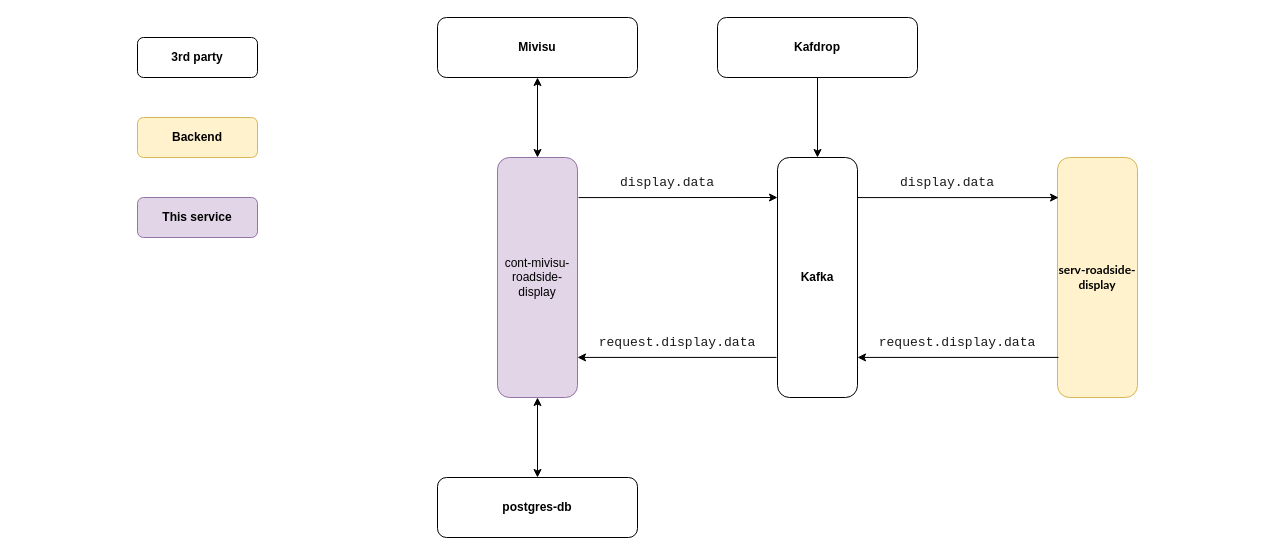
Above: Untitled Diagram.drawio in theshysadec98/diagram_weather (draw.io), before the change. Source tidied: cells renumbered, new cells numbered last; positions are measured from the earlier drawing's top-left corner, leaving out a move shared by most shapes. Both pictures are drawn from the tidied source at 100%, with x=0, y=0 at pixel (137, 17).
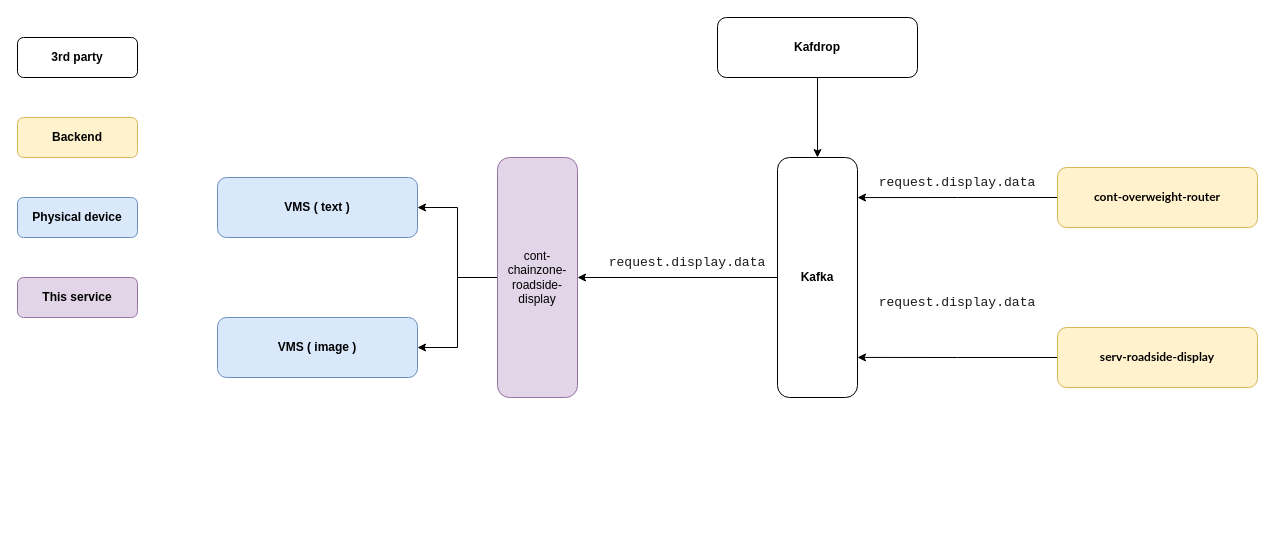
Above is the later version.

The change refers to these unchanged cells:
```xml
<mxCell id="5" value="&lt;b&gt;Kafka&lt;/b&gt;" style="rounded=1;whiteSpace=wrap;html=1;" parent="1" vertex="1">
  <mxGeometry x="640" y="140" width="80" height="240" as="geometry" />
</mxCell>
```

Diff of the diagram source:
```diff
@@
     <mxCell id="2" value="&lt;b&gt;Backend&lt;/b&gt;" style="rounded=1;whiteSpace=wrap;html=1;fillColor=#fff2cc;strokeColor=#d6b656;" parent="1" vertex="1">
-      <mxGeometry y="100" width="120" height="40" as="geometry" />
+      <mxGeometry x="-120" y="100" width="120" height="40" as="geometry" />
     </mxCell>
     <mxCell id="3" value="&lt;b&gt;This service&lt;/b&gt;" style="rounded=1;whiteSpace=wrap;html=1;fillColor=#e1d5e7;strokeColor=#9673a6;" parent="1" vertex="1">
-      <mxGeometry y="180" width="120" height="40" as="geometry" />
+      <mxGeometry x="-120" y="260" width="120" height="40" as="geometry" />
     </mxCell>
@@
+    <mxCell id="14" style="edgeStyle=orthogonalEdgeStyle;rounded=0;jettySize=auto;html=1;entryX=1;entryY=0.5;entryDx=0;entryDy=0;" parent="1" edge="1" source="5" target="9">
+      <mxGeometry relative="1" as="geometry" />
+    </mxCell>
@@
-    <mxCell id="7" value="&lt;pre&gt;&lt;font face=&quot;jetbrains mono, monospace&quot; color=&quot;#1a1a1a&quot;&gt;&lt;span style=&quot;font-size: 13.0667px ; background-color: rgb(255 , 255 , 255)&quot;&gt;display.data&lt;/span&gt;&lt;/font&gt;&lt;/pre&gt;" style="text;html=1;strokeColor=none;fillColor=none;align=center;verticalAlign=middle;whiteSpace=wrap;rounded=0;" parent="1" vertex="1">
-      <mxGeometry x="440" y="150" width="180" height="30" as="geometry" />
-    </mxCell>
     <mxCell id="8" value="&lt;b&gt;3rd party&lt;/b&gt;" style="rounded=1;whiteSpace=wrap;html=1;" parent="1" vertex="1">
-      <mxGeometry y="20" width="120" height="40" as="geometry" />
+      <mxGeometry x="-120" y="20" width="120" height="40" as="geometry" />
     </mxCell>
+    <mxCell id="20" style="edgeStyle=orthogonalEdgeStyle;rounded=0;jettySize=auto;html=1;entryX=1;entryY=0.5;entryDx=0;entryDy=0;" parent="1" edge="1" source="9" target="12">
+      <mxGeometry relative="1" as="geometry" />
+    </mxCell>
+    <mxCell id="22" style="edgeStyle=orthogonalEdgeStyle;rounded=0;jettySize=auto;html=1;entryX=1;entryY=0.5;entryDx=0;entryDy=0;" parent="1" edge="1" source="9" target="26">
+      <mxGeometry relative="1" as="geometry" />
+    </mxCell>
-    <mxCell id="9" value="cont-mivisu-roadside-display" style="rounded=1;whiteSpace=wrap;html=1;fillColor=#e1d5e7;strokeColor=#9673a6;" parent="1" vertex="1">
+    <mxCell id="9" value="cont-chainzone-roadside-display" style="rounded=1;whiteSpace=wrap;html=1;fillColor=#e1d5e7;strokeColor=#9673a6;" parent="1" vertex="1">
       <mxGeometry x="360" y="140" width="80" height="240" as="geometry" />
     </mxCell>
     <mxCell id="10" value="&lt;pre&gt;&lt;font face=&quot;jetbrains mono, monospace&quot; color=&quot;#1a1a1a&quot;&gt;&lt;span style=&quot;font-size: 13.0667px ; background-color: rgb(255 , 255 , 255)&quot;&gt;request.display.data&lt;/span&gt;&lt;/font&gt;&lt;font color=&quot;#bbbbbb&quot; face=&quot;jetbrains mono, monospace&quot; style=&quot;background-color: rgb(40 , 44 , 52)&quot;&gt;&lt;span style=&quot;font-size: 9.8pt&quot;&gt;&lt;br&gt;&lt;/span&gt;&lt;/font&gt;&lt;/pre&gt;" style="text;html=1;strokeColor=none;fillColor=none;align=center;verticalAlign=middle;whiteSpace=wrap;rounded=0;" parent="1" vertex="1">
-      <mxGeometry x="450" y="310" width="180" height="30" as="geometry" />
+      <mxGeometry x="460" y="230" width="180" height="30" as="geometry" />
     </mxCell>
+    <mxCell id="16" style="edgeStyle=orthogonalEdgeStyle;rounded=0;jettySize=auto;html=1;entryX=1;entryY=0.833;entryDx=0;entryDy=0;entryPerimeter=0;" parent="1" edge="1" source="11" target="5">
+      <mxGeometry relative="1" as="geometry" />
+    </mxCell>
     <mxCell id="11" value="&lt;span style=&quot;font-family: &amp;#34;lato&amp;#34; , &amp;#34;arial&amp;#34;&quot;&gt;&lt;b&gt;&lt;font style=&quot;font-size: 12px&quot;&gt;serv-roadside-display&lt;/font&gt;&lt;/b&gt;&lt;/span&gt;" style="rounded=1;whiteSpace=wrap;html=1;fillColor=#fff2cc;strokeColor=#d6b656;" parent="1" vertex="1">
-      <mxGeometry x="920" y="140" width="80" height="240" as="geometry" />
+      <mxGeometry x="920" y="310" width="200" height="60" as="geometry" />
     </mxCell>
-    <mxCell id="12" value="&lt;b&gt;Mivisu&lt;/b&gt;" style="rounded=1;whiteSpace=wrap;html=1;" parent="1" vertex="1">
-      <mxGeometry x="300" width="200" height="60" as="geometry" />
+    <mxCell id="12" value="&lt;b&gt;VMS ( text )&lt;/b&gt;" style="rounded=1;whiteSpace=wrap;html=1;fillColor=#dae8fc;strokeColor=#6c8ebf;" parent="1" vertex="1">
+      <mxGeometry x="80" y="160" width="200" height="60" as="geometry" />
     </mxCell>
-    <mxCell id="13" style="endArrow=classic;html=1;rounded=0;exitX=1.013;exitY=0.167;exitDx=0;exitDy=0;exitPerimeter=0;" parent="1" edge="1" source="9">
-      <mxGeometry relative="1" as="geometry">
-        <mxPoint x="640" y="180" as="targetPoint" />
-      </mxGeometry>
-    </mxCell>
-    <mxCell id="14" style="endArrow=classic;html=1;rounded=0;exitX=-0.012;exitY=0.833;exitDx=0;exitDy=0;exitPerimeter=0;entryX=1;entryY=0.833;entryDx=0;entryDy=0;entryPerimeter=0;" parent="1" edge="1" source="5" target="9">
-      <mxGeometry relative="1" as="geometry" />
-    </mxCell>
-    <mxCell id="15" style="endArrow=classic;html=1;rounded=0;entryX=0.013;entryY=0.167;entryDx=0;entryDy=0;exitX=1;exitY=0.167;exitDx=0;exitDy=0;exitPerimeter=0;entryPerimeter=0;" parent="1" edge="1" source="5" target="11">
-      <mxGeometry relative="1" as="geometry" />
-    </mxCell>
-    <mxCell id="16" style="endArrow=classic;html=1;rounded=0;exitX=0.013;exitY=0.833;exitDx=0;exitDy=0;exitPerimeter=0;entryX=1;entryY=0.833;entryDx=0;entryDy=0;entryPerimeter=0;" parent="1" edge="1" source="11" target="5">
-      <mxGeometry relative="1" as="geometry" />
-    </mxCell>
     <mxCell id="17" value="&lt;pre&gt;&lt;font face=&quot;jetbrains mono, monospace&quot; color=&quot;#1a1a1a&quot;&gt;&lt;span style=&quot;font-size: 13.0667px ; background-color: rgb(255 , 255 , 255)&quot;&gt;request.display.data&lt;/span&gt;&lt;/font&gt;&lt;font color=&quot;#bbbbbb&quot; face=&quot;jetbrains mono, monospace&quot; style=&quot;background-color: rgb(40 , 44 , 52)&quot;&gt;&lt;span style=&quot;font-size: 9.8pt&quot;&gt;&lt;br&gt;&lt;/span&gt;&lt;/font&gt;&lt;/pre&gt;" style="text;html=1;strokeColor=none;fillColor=none;align=center;verticalAlign=middle;whiteSpace=wrap;rounded=0;" parent="1" vertex="1">
-      <mxGeometry x="730" y="310" width="180" height="30" as="geometry" />
+      <mxGeometry x="730" y="150" width="180" height="30" as="geometry" />
     </mxCell>
-    <mxCell id="18" value="&lt;pre&gt;&lt;font face=&quot;jetbrains mono, monospace&quot; color=&quot;#1a1a1a&quot;&gt;&lt;span style=&quot;font-size: 13.0667px ; background-color: rgb(255 , 255 , 255)&quot;&gt;display.data&lt;/span&gt;&lt;/font&gt;&lt;/pre&gt;" style="text;html=1;strokeColor=none;fillColor=none;align=center;verticalAlign=middle;whiteSpace=wrap;rounded=0;" parent="1" vertex="1">
-      <mxGeometry x="720" y="150" width="180" height="30" as="geometry" />
-    </mxCell>
-    <mxCell id="19" value="&lt;b&gt;postgres-db&lt;/b&gt;" style="rounded=1;whiteSpace=wrap;html=1;" parent="1" vertex="1">
-      <mxGeometry x="300" y="460" width="200" height="60" as="geometry" />
-    </mxCell>
-    <mxCell id="20" style="endArrow=classic;startArrow=classic;html=1;rounded=0;entryX=0.5;entryY=1;entryDx=0;entryDy=0;exitX=0.5;exitY=0;exitDx=0;exitDy=0;" parent="1" edge="1" source="9" target="12">
-      <mxGeometry relative="1" as="geometry" />
-    </mxCell>
-    <mxCell id="21" style="endArrow=classic;startArrow=classic;html=1;rounded=0;entryX=0.5;entryY=0;entryDx=0;entryDy=0;exitX=0.5;exitY=1;exitDx=0;exitDy=0;" parent="1" edge="1" source="9" target="19">
-      <mxGeometry relative="1" as="geometry" />
-    </mxCell>
+    <mxCell id="23" style="edgeStyle=orthogonalEdgeStyle;rounded=0;jettySize=auto;html=1;entryX=1;entryY=0.167;entryDx=0;entryDy=0;entryPerimeter=0;" parent="1" edge="1" source="24" target="5">
+      <mxGeometry relative="1" as="geometry" />
+    </mxCell>
+    <mxCell id="24" value="&lt;span style=&quot;font-family: &amp;#34;lato&amp;#34; , &amp;#34;arial&amp;#34;&quot;&gt;&lt;b&gt;&lt;font style=&quot;font-size: 12px&quot;&gt;cont-overweight-router&lt;/font&gt;&lt;/b&gt;&lt;/span&gt;" style="rounded=1;whiteSpace=wrap;html=1;fillColor=#fff2cc;strokeColor=#d6b656;" parent="1" vertex="1">
+      <mxGeometry x="920" y="150" width="200" height="60" as="geometry" />
+    </mxCell>
+    <mxCell id="25" value="&lt;pre&gt;&lt;font face=&quot;jetbrains mono, monospace&quot; color=&quot;#1a1a1a&quot;&gt;&lt;span style=&quot;font-size: 13.0667px ; background-color: rgb(255 , 255 , 255)&quot;&gt;request.display.data&lt;/span&gt;&lt;/font&gt;&lt;font color=&quot;#bbbbbb&quot; face=&quot;jetbrains mono, monospace&quot; style=&quot;background-color: rgb(40 , 44 , 52)&quot;&gt;&lt;span style=&quot;font-size: 9.8pt&quot;&gt;&lt;br&gt;&lt;/span&gt;&lt;/font&gt;&lt;/pre&gt;" style="text;html=1;strokeColor=none;fillColor=none;align=center;verticalAlign=middle;whiteSpace=wrap;rounded=0;" parent="1" vertex="1">
+      <mxGeometry x="730" y="270" width="180" height="30" as="geometry" />
+    </mxCell>
+    <mxCell id="26" value="&lt;b&gt;VMS ( image )&lt;/b&gt;" style="rounded=1;whiteSpace=wrap;html=1;fillColor=#dae8fc;strokeColor=#6c8ebf;" parent="1" vertex="1">
+      <mxGeometry x="80" y="300" width="200" height="60" as="geometry" />
+    </mxCell>
+    <mxCell id="27" value="&lt;b&gt;Physical device&lt;/b&gt;" style="rounded=1;whiteSpace=wrap;html=1;fillColor=#dae8fc;strokeColor=#6c8ebf;" parent="1" vertex="1">
+      <mxGeometry x="-120" y="180" width="120" height="40" as="geometry" />
+    </mxCell>
```
